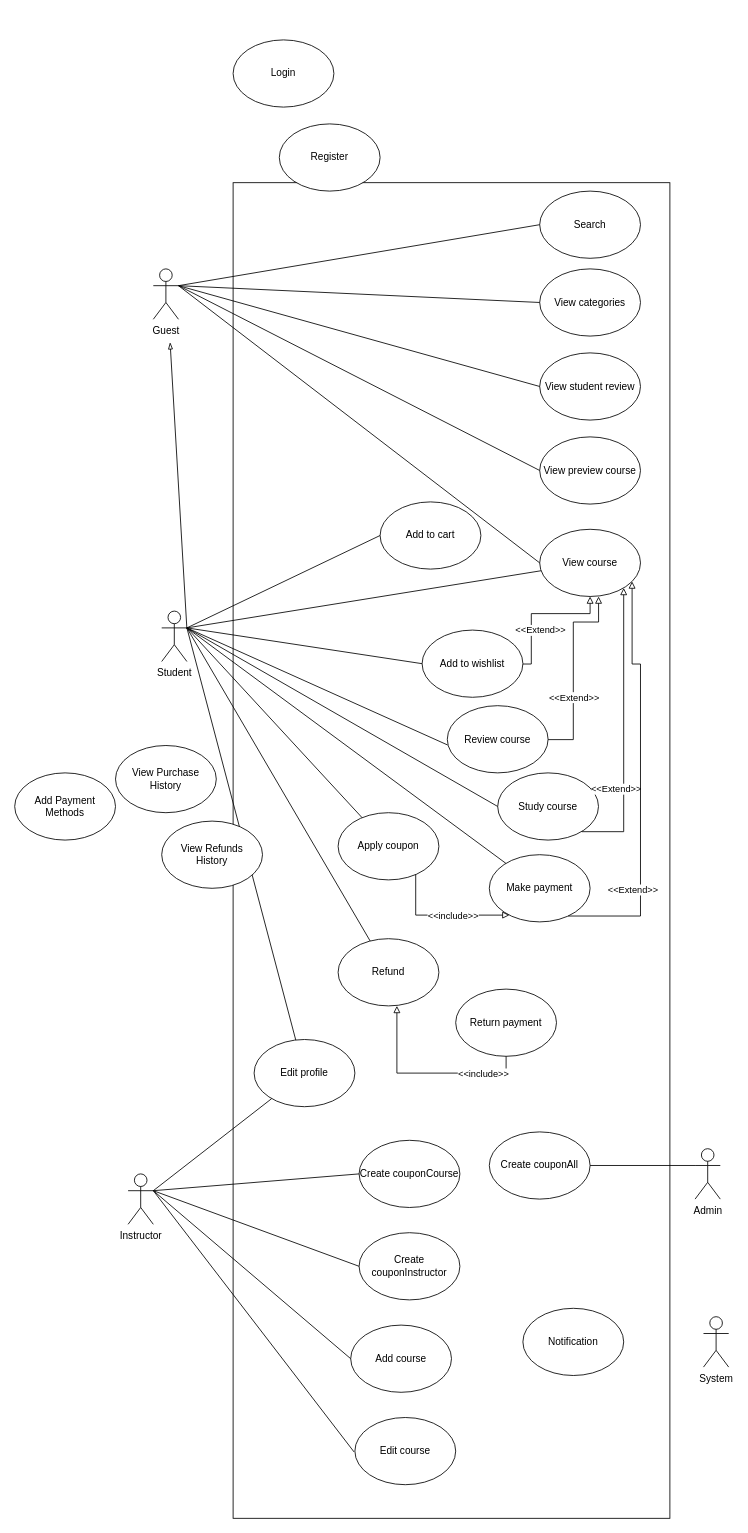
pratanporn13promax/OOP-Class-Sequence-UseCase-Diagram keeps this draw.io diagram as UseCaseDiagram.drawio. Above is the earlier version. Source tidied: cells renumbered, new cells numbered last; positions are measured from the earlier drawing's top-left corner, leaving out a move shared by most shapes. Both pictures are drawn from the tidied source at 84%, with x=0, y=0 at pixel (14, 39).
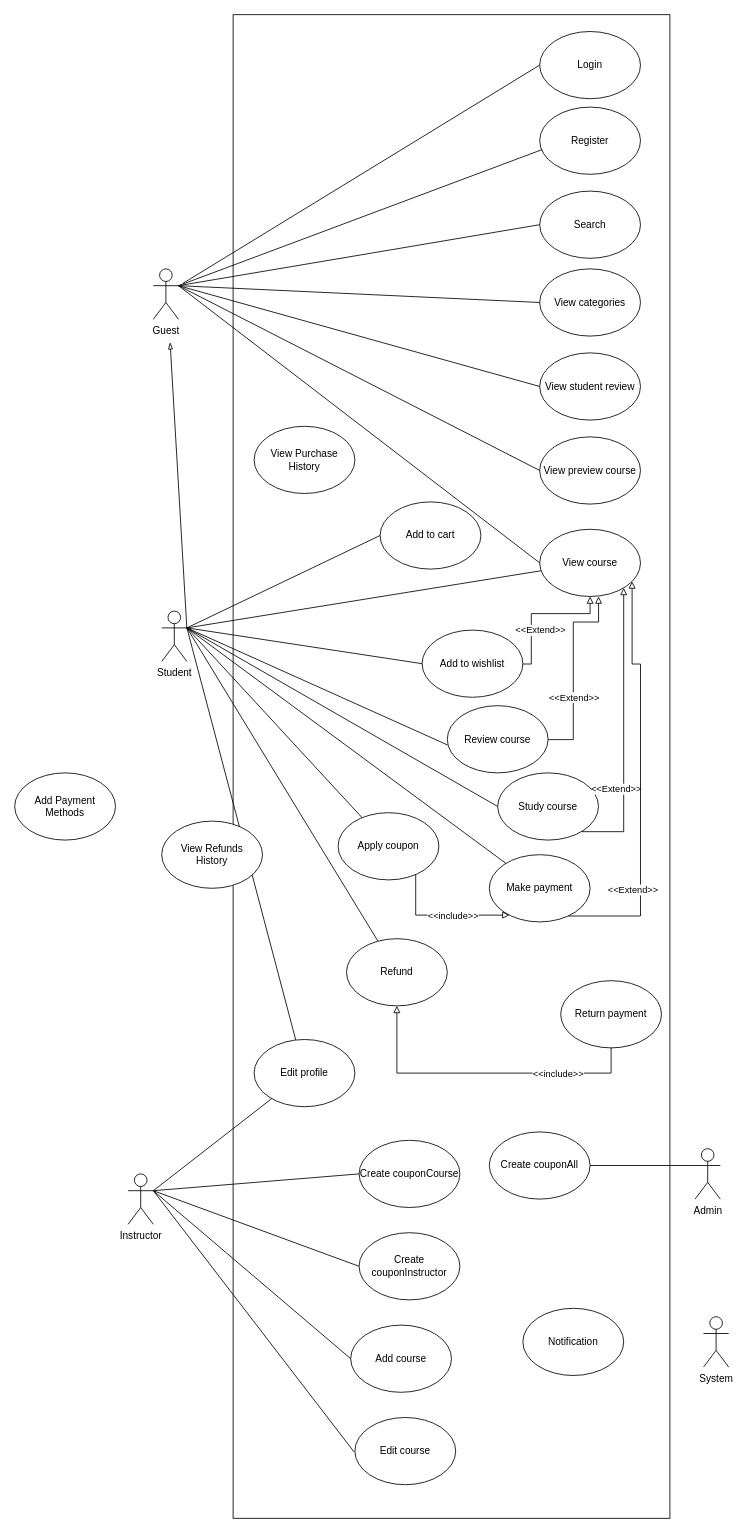
The same diagram, later.

The change refers to these unchanged cells:
```xml
<mxCell id="4" value="Guest" style="shape=umlActor;verticalLabelPosition=bottom;verticalAlign=top;html=1;outlineConnect=0;" parent="1" vertex="1">
  <mxGeometry x="165" y="272.6" width="30" height="60" as="geometry" />
</mxCell>
```

Change to the diagram source:
```diff
@@
     <mxCell id="2" style="rounded=0;whiteSpace=wrap;html=1;fillColor=none;" parent="1" vertex="1">
-      <mxGeometry x="260" y="170" width="520" height="1590" as="geometry" />
+      <mxGeometry x="260" y="-30" width="520" height="1790" as="geometry" />
     </mxCell>
@@
     <mxCell id="22" value="Refund" style="ellipse;whiteSpace=wrap;html=1;" parent="1" vertex="1">
-      <mxGeometry x="385" y="1070" width="120" height="80" as="geometry" />
+      <mxGeometry x="395" y="1070" width="120" height="80" as="geometry" />
     </mxCell>
     <mxCell id="23" value="Return payment" style="ellipse;whiteSpace=wrap;html=1;" parent="1" vertex="1">
-      <mxGeometry x="525" y="1130" width="120" height="80" as="geometry" />
+      <mxGeometry x="650" y="1120" width="120" height="80" as="geometry" />
     </mxCell>
@@
     <mxCell id="52" style="edgeStyle=orthogonalEdgeStyle;rounded=0;jettySize=auto;html=1;entryX=0.5;entryY=1;entryDx=0;entryDy=0;startArrow=block;startFill=0;endArrow=none;endFill=0;" parent="1" edge="1" target="23">
       <mxGeometry relative="1" as="geometry">
         <mxPoint x="455" y="1150" as="sourcePoint" />
         <Array as="points">
           <mxPoint x="455" y="1230" />
+          <mxPoint x="710" y="1230" />
         </Array>
       </mxGeometry>
     </mxCell>
@@
     <mxCell id="59" value="Login" style="ellipse;whiteSpace=wrap;html=1;" parent="1" vertex="1">
-      <mxGeometry x="260" width="120" height="80" as="geometry" />
+      <mxGeometry x="625" y="-10" width="120" height="80" as="geometry" />
     </mxCell>
     <mxCell id="60" value="Register" style="ellipse;whiteSpace=wrap;html=1;" parent="1" vertex="1">
-      <mxGeometry x="315" y="100" width="120" height="80" as="geometry" />
+      <mxGeometry x="625" y="80" width="120" height="80" as="geometry" />
     </mxCell>
@@
     <mxCell id="64" value="View Purchase History" style="ellipse;whiteSpace=wrap;html=1;" parent="1" vertex="1">
-      <mxGeometry x="120" y="840" width="120" height="80" as="geometry" />
+      <mxGeometry x="285" y="460" width="120" height="80" as="geometry" />
     </mxCell>
@@
+    <mxCell id="66" style="endArrow=none;html=1;rounded=0;entryX=0.023;entryY=0.633;entryDx=0;entryDy=0;entryPerimeter=0;exitX=1;exitY=0.3333333333333333;exitDx=0;exitDy=0;exitPerimeter=0;" parent="1" edge="1" source="4" target="60">
+      <mxGeometry relative="1" as="geometry" />
+    </mxCell>
+    <mxCell id="67" style="endArrow=none;html=1;rounded=0;entryX=0.023;entryY=0.633;entryDx=0;entryDy=0;entryPerimeter=0;" parent="1" edge="1">
+      <mxGeometry relative="1" as="geometry">
+        <mxPoint x="200" y="290" as="sourcePoint" />
+        <mxPoint x="625" y="30" as="targetPoint" />
+      </mxGeometry>
+    </mxCell>
```
